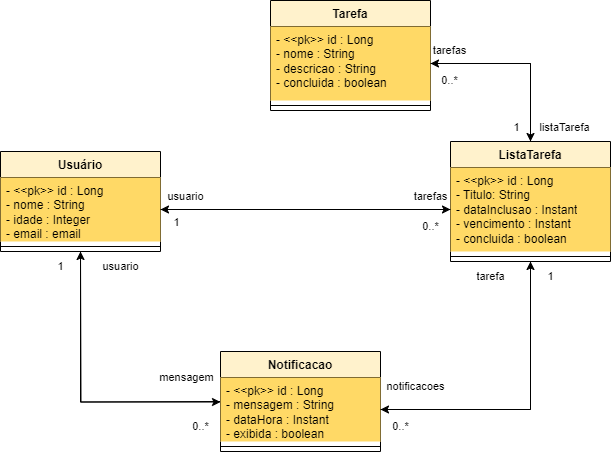
Before: imagens/Modelo de domínio.png, a diagram exported from draw.io (DeivinsonPereira/GeniSys). Source tidied: cells renumbered, new cells last; positions are measured from the earlier drawing's top-left corner, leaving out a move shared by most shapes.
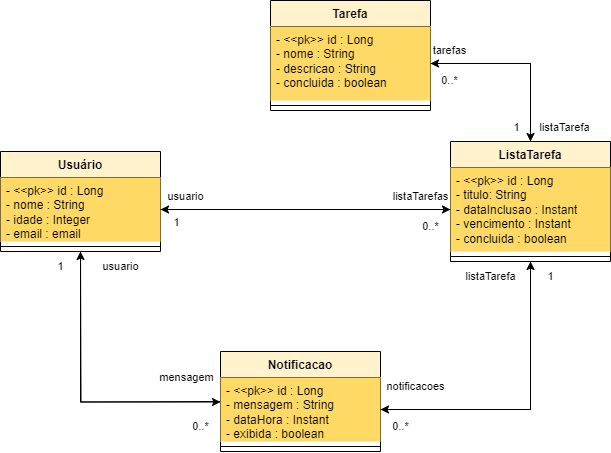
Above is the later version.

The edit, as a diff of the source:
```diff
@@ -23,7 +23,7 @@
     <mxCell id="8" value="ListaTarefa" style="swimlane;fontStyle=1;align=center;verticalAlign=top;horizontal=1;startSize=26;whiteSpace=wrap;html=1;fillColor=#fff2cc;strokeColor=#000000;" parent="1" vertex="1">
       <mxGeometry x="450" y="141" width="160" height="120" as="geometry" />
     </mxCell>
-    <mxCell id="9" value="- &amp;lt;&amp;lt;pk&amp;gt;&amp;gt; id : Long&lt;br style=&quot;border-color: var(--border-color);&quot;&gt;- Titulo: String&lt;br&gt;- dataInclusao : Instant&lt;br&gt;- vencimento : Instant&lt;br&gt;- concluida : boolean" style="text;strokeColor=none;fillColor=#FFD966;align=left;verticalAlign=top;spacingLeft=4;spacingRight=4;overflow=hidden;points=[[0,0.5],[1,0.5]];portConstraint=eastwest;whiteSpace=wrap;html=1;" parent="8" vertex="1">
+    <mxCell id="9" value="- &amp;lt;&amp;lt;pk&amp;gt;&amp;gt; id : Long&lt;br style=&quot;border-color: var(--border-color);&quot;&gt;- titulo: String&lt;br&gt;- dataInclusao : Instant&lt;br&gt;- vencimento : Instant&lt;br&gt;- concluida : boolean" style="text;strokeColor=none;fillColor=#FFD966;align=left;verticalAlign=top;spacingLeft=4;spacingRight=4;overflow=hidden;points=[[0,0.5],[1,0.5]];portConstraint=eastwest;whiteSpace=wrap;html=1;" parent="8" vertex="1">
       <mxGeometry y="26" width="160" height="84" as="geometry" />
     </mxCell>
     <mxCell id="10" style="line;strokeWidth=1;fillColor=#FFD966;align=left;verticalAlign=middle;spacingTop=-1;spacingLeft=3;spacingRight=3;labelPosition=right;strokeColor=inherit;" parent="8" vertex="1">
@@ -60,9 +60,9 @@
         <mxPoint x="-26" y="10" as="offset" />
       </mxGeometry>
     </mxCell>
-    <mxCell id="19" value="tarefas" style="edgeLabel;html=1;align=center;verticalAlign=middle;" parent="16" vertex="1">
+    <mxCell id="19" value="listaTarefas" style="edgeLabel;html=1;align=center;verticalAlign=middle;" parent="16" vertex="1">
       <mxGeometry x="0.71" y="3" relative="1" as="geometry">
-        <mxPoint x="228" y="-16" as="offset" />
+        <mxPoint x="218" y="-16" as="offset" />
       </mxGeometry>
     </mxCell>
     <mxCell id="20" value="0..*" style="edgeLabel;html=1;align=center;verticalAlign=middle;" parent="16" vertex="1">
@@ -70,7 +70,7 @@
         <mxPoint x="228" y="14" as="offset" />
       </mxGeometry>
     </mxCell>
-    <mxCell id="21" value="tarefa" style="edgeLabel;html=1;align=center;verticalAlign=middle;" parent="16" vertex="1">
+    <mxCell id="21" value="listaTarefa" style="edgeLabel;html=1;align=center;verticalAlign=middle;" parent="16" vertex="1">
       <mxGeometry x="0.71" y="3" relative="1" as="geometry">
         <mxPoint x="288" y="64" as="offset" />
       </mxGeometry>
```
